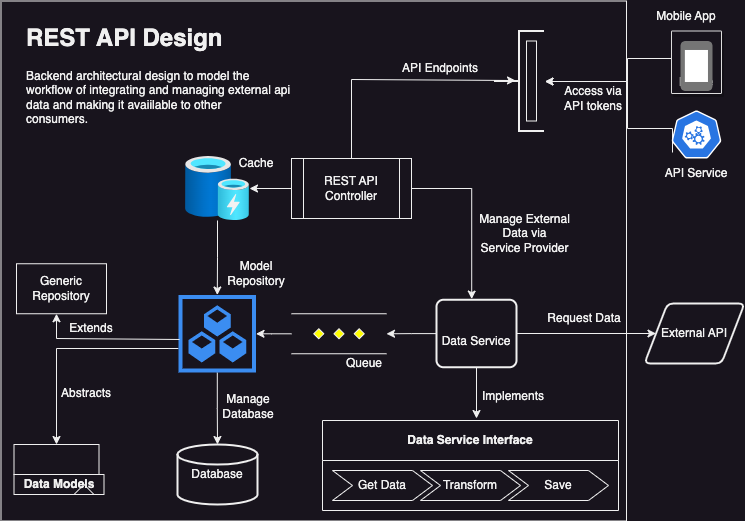
Before: app_design/restful_api_design.png, a diagram exported from draw.io (omeiza-devspace/punk-beer-api-etl). Source tidied: cells renumbered, new cells last; positions are measured from the earlier drawing's top-left corner, leaving out a move shared by most shapes.
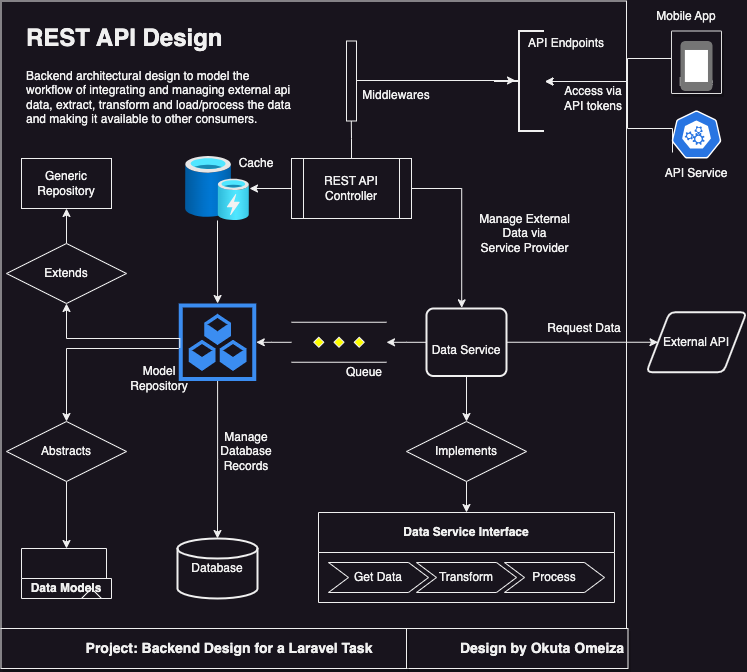
Later version of the same file.

The edit, as a diff of the source:
```diff
@@ -3,7 +3,7 @@
     <mxCell id="0" />
     <mxCell id="1" parent="0" />
     <mxCell id="2" style="rounded=0;whiteSpace=wrap;html=1;fillColor=none;" parent="1" vertex="1">
-      <mxGeometry x="0.5" y="0.5" width="625.5" height="520" as="geometry" />
+      <mxGeometry x="0.5" y="0.5" width="625.5" height="627.5" as="geometry" />
     </mxCell>
     <mxCell id="3" style="edgeStyle=orthogonalEdgeStyle;rounded=0;jettySize=auto;html=1;entryX=0.44;entryY=-0.01;entryDx=0;entryDy=0;entryPerimeter=0;" parent="1" edge="1" source="5" target="14">
       <mxGeometry relative="1" as="geometry" />
@@ -15,10 +15,10 @@
       <mxGeometry x="291" y="158" width="120" height="60" as="geometry" />
     </mxCell>
     <mxCell id="6" value="Database" style="strokeWidth=2;html=1;shape=mxgraph.flowchart.database;whiteSpace=wrap;" parent="1" vertex="1">
-      <mxGeometry x="177" y="444" width="80" height="60" as="geometry" />
+      <mxGeometry x="177" y="538" width="80" height="60" as="geometry" />
     </mxCell>
     <mxCell id="7" value="Data Service Interface" style="swimlane;horizontal=1;fillColor=none;strokeColor=default;stackBorder=10;align=center;points=[];whiteSpace=wrap;html=1;rotation=0;startSize=40;" parent="1" vertex="1">
-      <mxGeometry x="322" y="420" width="296" height="90" as="geometry" />
+      <mxGeometry x="318" y="512" width="296" height="90" as="geometry" />
     </mxCell>
     <mxCell id="8" value="Get Data" style="shape=step;perimeter=stepPerimeter;fixedSize=1;whiteSpace=wrap;html=1;rotation=0;" parent="7" vertex="1">
       <mxGeometry x="10" y="50" width="100" height="30" as="geometry" />
@@ -26,42 +26,35 @@
     <mxCell id="9" value="Transform" style="shape=step;perimeter=stepPerimeter;fixedSize=1;whiteSpace=wrap;html=1;rotation=0;" parent="7" vertex="1">
       <mxGeometry x="98" y="50" width="100" height="30" as="geometry" />
     </mxCell>
-    <mxCell id="10" value="Save" style="shape=step;perimeter=stepPerimeter;fixedSize=1;whiteSpace=wrap;html=1;rotation=0;" parent="7" vertex="1">
+    <mxCell id="10" value="Process" style="shape=step;perimeter=stepPerimeter;fixedSize=1;whiteSpace=wrap;html=1;rotation=0;" parent="7" vertex="1">
       <mxGeometry x="186" y="50" width="100" height="30" as="geometry" />
     </mxCell>
     <mxCell id="11" style="edgeStyle=orthogonalEdgeStyle;rounded=0;jettySize=auto;html=1;" parent="1" edge="1" source="12" target="19">
       <mxGeometry relative="1" as="geometry" />
     </mxCell>
     <mxCell id="12" style="verticalLabelPosition=bottom;verticalAlign=top;html=1;shape=mxgraph.flowchart.parallel_mode;" parent="1" vertex="1">
-      <mxGeometry x="291" y="313.2" width="95" height="40" as="geometry" />
+      <mxGeometry x="291" y="321.8" width="95" height="40" as="geometry" />
     </mxCell>
     <mxCell id="13" style="edgeStyle=orthogonalEdgeStyle;rounded=0;jettySize=auto;html=1;" parent="1" edge="1" source="14" target="12">
       <mxGeometry relative="1" as="geometry" />
     </mxCell>
     <mxCell id="14" value="&amp;nbsp;&amp;nbsp;&lt;br&gt;Data Service" style="rounded=1;whiteSpace=wrap;html=1;absoluteArcSize=1;arcSize=14;strokeWidth=2;" parent="1" vertex="1">
-      <mxGeometry x="436" y="299.2" width="80" height="67.5" as="geometry" />
+      <mxGeometry x="426" y="308" width="80" height="67.5" as="geometry" />
     </mxCell>
     <mxCell id="15" value="External API" style="shape=parallelogram;html=1;strokeWidth=2;perimeter=parallelogramPerimeter;whiteSpace=wrap;rounded=1;arcSize=12;size=0.23;" parent="1" vertex="1">
-      <mxGeometry x="644" y="303" width="100" height="60" as="geometry" />
+      <mxGeometry x="646" y="311.8" width="100" height="60" as="geometry" />
     </mxCell>
     <mxCell id="16" value="Queue" style="text;html=1;strokeColor=none;fillColor=none;align=center;verticalAlign=middle;whiteSpace=wrap;rounded=0;" parent="1" vertex="1">
-      <mxGeometry x="333.5" y="348" width="60" height="30" as="geometry" />
+      <mxGeometry x="333.5" y="357" width="60" height="30" as="geometry" />
     </mxCell>
-    <mxCell id="17" style="edgeStyle=orthogonalEdgeStyle;rounded=0;jettySize=auto;html=1;" parent="1" edge="1" source="19" target="20">
-      <mxGeometry relative="1" as="geometry">
-        <Array as="points">
-          <mxPoint x="56" y="348" />
-        </Array>
-      </mxGeometry>
-    </mxCell>
     <mxCell id="18" style="edgeStyle=orthogonalEdgeStyle;rounded=0;jettySize=auto;html=1;" parent="1" edge="1" source="19" target="6">
       <mxGeometry relative="1" as="geometry" />
     </mxCell>
     <mxCell id="19" style="sketch=0;html=1;strokeColor=none;shadow=0;fillColor=#3B8DF1;verticalAlign=top;labelPosition=center;verticalLabelPosition=bottom;shape=mxgraph.gcp2.repository_3;" parent="1" vertex="1">
-      <mxGeometry x="178" y="294.5" width="77.5" height="77.5" as="geometry" />
+      <mxGeometry x="178.2" y="303" width="77.5" height="77.5" as="geometry" />
     </mxCell>
     <mxCell id="20" value="Data Models" style="shape=folder;fontStyle=1;tabWidth=110;tabHeight=30;tabPosition=left;html=1;boundedLbl=1;folderSymbol=triangle;whiteSpace=wrap;" parent="1" vertex="1">
-      <mxGeometry x="13.5" y="444" width="90" height="50" as="geometry" />
+      <mxGeometry x="21" y="548" width="90" height="50" as="geometry" />
     </mxCell>
     <mxCell id="21" style="strokeWidth=2;html=1;shape=mxgraph.flowchart.annotation_2;align=left;labelPosition=right;" parent="1" vertex="1">
       <mxGeometry x="493.5" y="30.5" width="50" height="100" as="geometry" />
@@ -100,25 +93,17 @@
       <mxGeometry x="671" y="110" width="50" height="48" as="geometry" />
     </mxCell>
     <mxCell id="27" value="Model&lt;br&gt;Repository" style="text;html=1;strokeColor=none;fillColor=none;align=center;verticalAlign=middle;whiteSpace=wrap;rounded=0;" parent="1" vertex="1">
-      <mxGeometry x="226" y="258" width="60" height="30" as="geometry" />
+      <mxGeometry x="128.5" y="362.5" width="60" height="30" as="geometry" />
     </mxCell>
-    <mxCell id="28" value="&lt;h1&gt;REST API Design&lt;/h1&gt;&lt;p&gt;Backend architectural design to model the workflow of integrating and managing external api data and making it avaiilable to other consumers.&lt;span style=&quot;background-color: initial;&quot;&gt;&amp;nbsp;&amp;nbsp;&lt;/span&gt;&lt;/p&gt;" style="text;html=1;strokeColor=none;fillColor=none;spacing=5;spacingTop=-20;whiteSpace=wrap;overflow=hidden;rounded=0;" parent="1" vertex="1">
-      <mxGeometry x="21" y="18" width="275" height="140" as="geometry" />
+    <mxCell id="28" value="&lt;h1&gt;REST API Design&lt;/h1&gt;&lt;p&gt;Backend architectural design to model the workflow of integrating and managing external api data, extract, transform and load/process the data and making it available to other consumers.&lt;span style=&quot;background-color: initial;&quot;&gt;&amp;nbsp;&amp;nbsp;&lt;/span&gt;&lt;/p&gt;" style="text;html=1;strokeColor=none;fillColor=none;spacing=5;spacingTop=-20;whiteSpace=wrap;overflow=hidden;rounded=0;" parent="1" vertex="1">
+      <mxGeometry x="21" y="18" width="275" height="120" as="geometry" />
     </mxCell>
-    <mxCell id="29" style="html=1;points=[[0,0,0,0,5],[0,1,0,0,-5],[1,0,0,0,5],[1,1,0,0,-5]];perimeter=orthogonalPerimeter;outlineConnect=0;targetShapes=umlLifeline;portConstraint=eastwest;newEdgeStyle={&quot;curved&quot;:0,&quot;rounded&quot;:0};" parent="1" vertex="1">
-      <mxGeometry x="526" y="40.5" width="10" height="80" as="geometry" />
-    </mxCell>
     <mxCell id="30" value="API Endpoints" style="text;html=1;strokeColor=none;fillColor=none;align=center;verticalAlign=middle;whiteSpace=wrap;rounded=0;" parent="1" vertex="1">
-      <mxGeometry x="400" y="53" width="80" height="30" as="geometry" />
+      <mxGeometry x="526" y="28" width="80" height="30" as="geometry" />
     </mxCell>
-    <mxCell id="31" style="endArrow=classic;html=1;rounded=0;exitX=0.5;exitY=1;exitDx=0;exitDy=0;" parent="1" edge="1" source="14">
-      <mxGeometry relative="1" as="geometry">
-        <mxPoint x="476" y="418" as="targetPoint" />
-      </mxGeometry>
+    <mxCell id="31" style="endArrow=classic;html=1;rounded=0;exitX=0.5;exitY=1;exitDx=0;exitDy=0;" parent="1" edge="1" source="14" target="32">
+      <mxGeometry relative="1" as="geometry" />
     </mxCell>
-    <mxCell id="32" value="Implements" style="text;html=1;strokeColor=none;fillColor=none;align=center;verticalAlign=middle;whiteSpace=wrap;rounded=0;" parent="1" vertex="1">
-      <mxGeometry x="473" y="381" width="80" height="30" as="geometry" />
-    </mxCell>
     <mxCell id="33" value="API Service" style="text;html=1;strokeColor=none;fillColor=none;align=center;verticalAlign=middle;whiteSpace=wrap;rounded=0;" parent="1" vertex="1">
       <mxGeometry x="656" y="158" width="80" height="30" as="geometry" />
     </mxCell>
@@ -131,7 +116,7 @@
     <mxCell id="36" style="image;html=1;points=[];align=center;fontSize=12;image=img/lib/azure2/general/Cache.svg;" parent="1" vertex="1">
       <mxGeometry x="185" y="156" width="64" height="64" as="geometry" />
     </mxCell>
-    <mxCell id="37" style="edgeStyle=orthogonalEdgeStyle;rounded=0;jettySize=auto;html=1;entryX=0.43;entryY=0.485;entryDx=0;entryDy=0;entryPerimeter=0;" parent="1" edge="1" source="5">
+    <mxCell id="37" style="edgeStyle=orthogonalEdgeStyle;rounded=0;jettySize=auto;html=1;entryX=0.43;entryY=0.485;entryDx=0;entryDy=0;entryPerimeter=0;" parent="1" edge="1" source="29">
       <mxGeometry relative="1" as="geometry">
         <mxPoint x="515" y="80" as="targetPoint" />
         <Array as="points">
@@ -143,21 +128,18 @@
       <mxGeometry x="226" y="148" width="60" height="30" as="geometry" />
     </mxCell>
     <mxCell id="39" value="Request Data" style="text;html=1;strokeColor=none;fillColor=none;align=center;verticalAlign=middle;whiteSpace=wrap;rounded=0;" parent="1" vertex="1">
-      <mxGeometry x="543.5" y="303" width="80" height="30" as="geometry" />
+      <mxGeometry x="543.5" y="313" width="80" height="30" as="geometry" />
     </mxCell>
     <mxCell id="40" value="Generic Repository" style="html=1;whiteSpace=wrap;" parent="1" vertex="1">
-      <mxGeometry x="16" y="263.2" width="90" height="50" as="geometry" />
+      <mxGeometry x="21" y="158" width="90" height="50" as="geometry" />
     </mxCell>
-    <mxCell id="41" style="edgeStyle=orthogonalEdgeStyle;rounded=0;jettySize=auto;html=1;exitX=0.013;exitY=0.574;exitDx=0;exitDy=0;exitPerimeter=0;" parent="1" edge="1" source="19" target="40">
+    <mxCell id="41" style="edgeStyle=orthogonalEdgeStyle;rounded=0;jettySize=auto;html=1;exitX=0.013;exitY=0.574;exitDx=0;exitDy=0;exitPerimeter=0;entryX=0.5;entryY=1;entryDx=0;entryDy=0;" parent="1" edge="1" source="19" target="42">
       <mxGeometry relative="1" as="geometry">
         <Array as="points">
-          <mxPoint x="56" y="338" />
+          <mxPoint x="66" y="338" />
         </Array>
       </mxGeometry>
     </mxCell>
-    <mxCell id="42" value="Extends" style="text;html=1;strokeColor=none;fillColor=none;align=center;verticalAlign=middle;whiteSpace=wrap;rounded=0;" parent="1" vertex="1">
-      <mxGeometry x="51" y="313.2" width="80" height="30" as="geometry" />
-    </mxCell>
     <mxCell id="43" style="edgeStyle=orthogonalEdgeStyle;rounded=0;jettySize=auto;html=1;entryX=0;entryY=0.5;entryDx=0;entryDy=0;exitX=1;exitY=0.5;exitDx=0;exitDy=0;" parent="1" edge="1" source="14" target="15">
       <mxGeometry relative="1" as="geometry" />
     </mxCell>
@@ -167,11 +149,53 @@
     <mxCell id="45" value="Manage External Data via &lt;br&gt;Service Provider" style="text;html=1;strokeColor=none;fillColor=none;align=center;verticalAlign=middle;whiteSpace=wrap;rounded=0;" parent="1" vertex="1">
       <mxGeometry x="473" y="218" width="103" height="30" as="geometry" />
     </mxCell>
-    <mxCell id="46" value="Manage Database" style="text;html=1;strokeColor=none;fillColor=none;align=center;verticalAlign=middle;whiteSpace=wrap;rounded=0;" parent="1" vertex="1">
-      <mxGeometry x="208" y="391" width="80" height="30" as="geometry" />
+    <mxCell id="46" value="Manage Database&lt;br&gt;Records" style="text;html=1;strokeColor=none;fillColor=none;align=center;verticalAlign=middle;whiteSpace=wrap;rounded=0;" parent="1" vertex="1">
+      <mxGeometry x="206" y="436" width="80" height="30" as="geometry" />
     </mxCell>
+    <mxCell id="48" style="edgeStyle=orthogonalEdgeStyle;rounded=0;jettySize=auto;html=1;" parent="1" edge="1" source="19" target="47">
+      <mxGeometry relative="1" as="geometry">
+        <Array as="points">
+          <mxPoint x="66" y="348" />
+        </Array>
+      </mxGeometry>
+    </mxCell>
+    <mxCell id="49" style="edgeStyle=orthogonalEdgeStyle;rounded=0;jettySize=auto;html=1;" parent="1" edge="1" source="47" target="20">
+      <mxGeometry relative="1" as="geometry" />
+    </mxCell>
-    <mxCell id="47" value="Abstracts" style="text;html=1;strokeColor=none;fillColor=none;align=center;verticalAlign=middle;whiteSpace=wrap;rounded=0;" parent="1" vertex="1">
-      <mxGeometry x="46" y="378" width="80" height="30" as="geometry" />
+    <mxCell id="47" value="Abstracts" style="shape=rhombus;perimeter=rhombusPerimeter;whiteSpace=wrap;html=1;align=center;" parent="1" vertex="1">
+      <mxGeometry x="6" y="421" width="120" height="60" as="geometry" />
     </mxCell>
+    <mxCell id="50" style="edgeStyle=orthogonalEdgeStyle;rounded=0;jettySize=auto;html=1;" parent="1" edge="1" source="42" target="40">
+      <mxGeometry relative="1" as="geometry" />
+    </mxCell>
+    <mxCell id="42" value="Extends" style="shape=rhombus;perimeter=rhombusPerimeter;whiteSpace=wrap;html=1;align=center;" parent="1" vertex="1">
+      <mxGeometry x="6" y="243" width="120" height="60" as="geometry" />
+    </mxCell>
+    <mxCell id="51" style="edgeStyle=orthogonalEdgeStyle;rounded=0;jettySize=auto;html=1;" parent="1" edge="1" source="32" target="7">
+      <mxGeometry relative="1" as="geometry" />
+    </mxCell>
+    <mxCell id="32" value="Implements" style="shape=rhombus;perimeter=rhombusPerimeter;whiteSpace=wrap;html=1;align=center;" parent="1" vertex="1">
+      <mxGeometry x="406" y="421" width="120" height="60" as="geometry" />
+    </mxCell>
+    <mxCell id="52" value="&lt;div style=&quot;&quot;&gt;&lt;b style=&quot;background-color: initial;&quot;&gt;Design by Okuta Omeiza&lt;/b&gt;&lt;/div&gt;" style="shadow=1;fontSize=14;align=center;spacingLeft=50;whiteSpace=wrap;html=1;" parent="1" vertex="1">
+      <mxGeometry x="406" y="628" width="221.5" height="40" as="geometry" />
+    </mxCell>
+    <mxCell id="53" style="edgeStyle=orthogonalEdgeStyle;rounded=0;jettySize=auto;html=1;entryX=0.43;entryY=0.485;entryDx=0;entryDy=0;entryPerimeter=0;" parent="1" edge="1" source="5" target="29">
+      <mxGeometry relative="1" as="geometry">
+        <Array as="points">
+          <mxPoint x="351" y="138" />
+          <mxPoint x="350" y="138" />
+        </Array>
+      </mxGeometry>
+    </mxCell>
+    <mxCell id="29" style="html=1;points=[[0,0,0,0,5],[0,1,0,0,-5],[1,0,0,0,5],[1,1,0,0,-5]];perimeter=orthogonalPerimeter;outlineConnect=0;targetShapes=umlLifeline;portConstraint=eastwest;newEdgeStyle={&quot;curved&quot;:0,&quot;rounded&quot;:0};" parent="1" vertex="1">
+      <mxGeometry x="346" y="40.5" width="10" height="80" as="geometry" />
+    </mxCell>
+    <mxCell id="54" value="Middlewares" style="text;html=1;strokeColor=none;fillColor=none;align=center;verticalAlign=middle;whiteSpace=wrap;rounded=0;" parent="1" vertex="1">
+      <mxGeometry x="356" y="80" width="80" height="30" as="geometry" />
+    </mxCell>
+    <mxCell id="55" value="&lt;div style=&quot;&quot;&gt;&lt;b style=&quot;background-color: initial;&quot;&gt;Project: Backend Design for a Laravel Task&lt;/b&gt;&lt;/div&gt;" style="shadow=1;fontSize=14;align=center;spacingLeft=50;whiteSpace=wrap;html=1;" parent="1" vertex="1">
+      <mxGeometry x="0.5" y="628" width="405.5" height="40" as="geometry" />
+    </mxCell>
   </root>
 </mxGraphModel>
```
